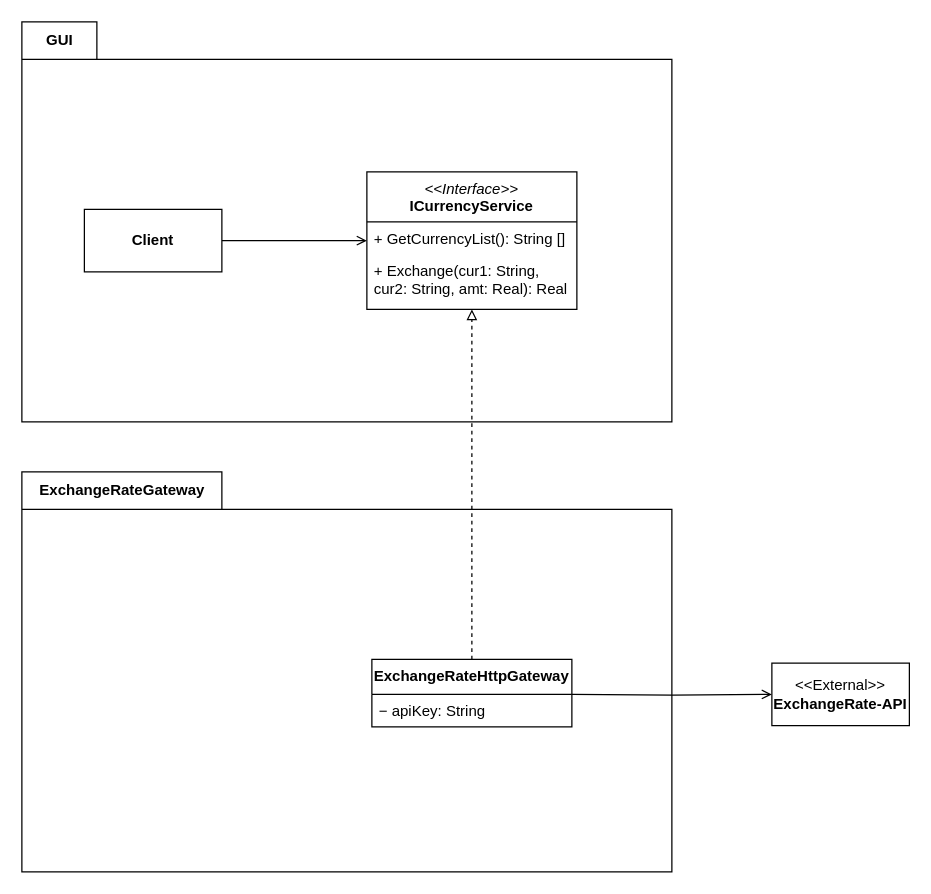
Before: Lab_4/Lab_4.drawio in 4lnULpGkuW/OOAD2, a draw.io diagram. Source tidied: cells renumbered, new cells numbered last; positions are measured from the earlier drawing's top-left corner, leaving out a move shared by most shapes. Both pictures are drawn from the tidied source at 125%, with x=0, y=0 at pixel (21, 21).
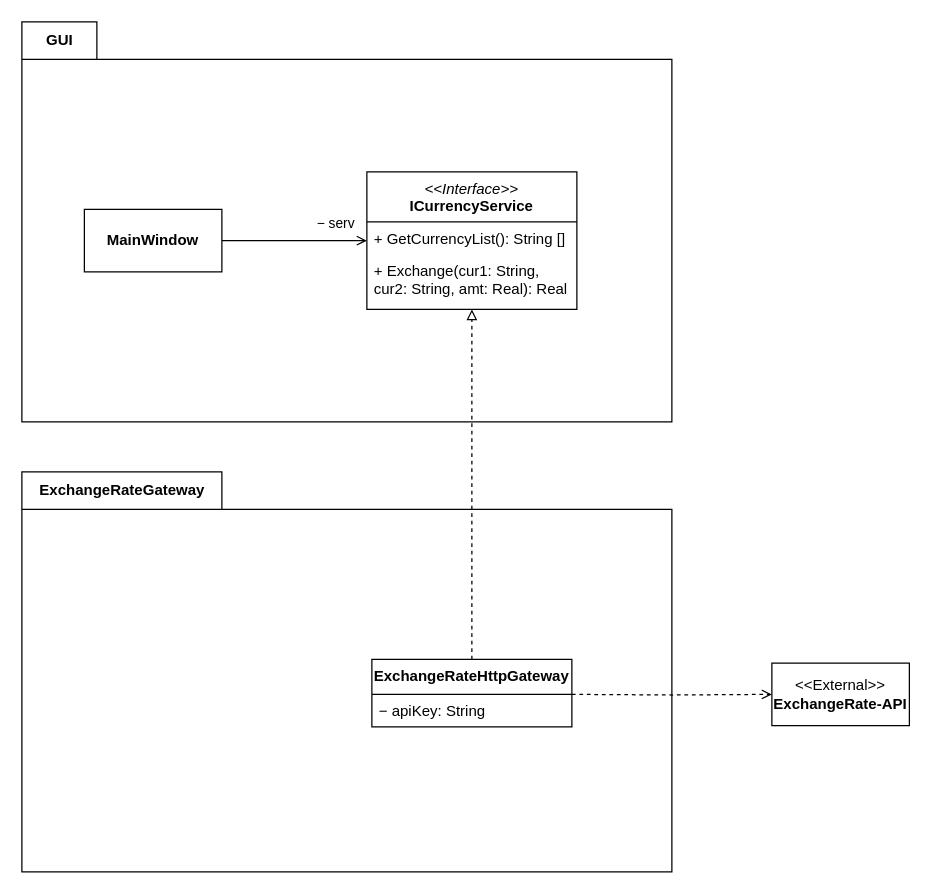
The same diagram, later.

Diff of the diagram source:
```diff
@@
 <mxGraphModel>
   <root>
     <mxCell id="0" />
     <mxCell id="1" parent="0" />
     <mxCell id="2" style="shape=folder;fontStyle=1;spacingTop=10;tabWidth=60;tabHeight=30;tabPosition=left;html=1;whiteSpace=wrap;" parent="1" vertex="1">
       <mxGeometry width="520" height="320" as="geometry" />
     </mxCell>
     <mxCell id="3" value="GUI" style="text;align=center;fontStyle=1;verticalAlign=middle;spacingLeft=3;spacingRight=3;strokeColor=none;html=1;" parent="1" vertex="1">
       <mxGeometry width="60" height="30" as="geometry" />
     </mxCell>
     <mxCell id="4" style="edgeStyle=orthogonalEdgeStyle;rounded=0;jettySize=auto;html=1;exitX=1;exitY=0.5;exitDx=0;exitDy=0;entryX=0;entryY=0.5;entryDx=0;entryDy=0;endArrow=open;endFill=0;" parent="1" edge="1" source="5" target="6">
       <mxGeometry relative="1" as="geometry" />
     </mxCell>
+    <mxCell id="16" value="− serv" style="edgeLabel;html=1;align=center;verticalAlign=middle;fontFamily=Helvetica;fontSize=11;fontColor=default;labelBackgroundColor=default;" parent="4" vertex="1">
+      <mxGeometry x="0.69" y="2" relative="1" as="geometry">
+        <mxPoint x="-8" y="-13" as="offset" />
+      </mxGeometry>
+    </mxCell>
-    <mxCell id="5" value="&lt;b&gt;Client&lt;/b&gt;" style="html=1;whiteSpace=wrap;" parent="1" vertex="1">
+    <mxCell id="5" value="&lt;b&gt;MainWindow&lt;/b&gt;" style="html=1;whiteSpace=wrap;" parent="1" vertex="1">
       <mxGeometry x="50" y="150" width="110" height="50" as="geometry" />
     </mxCell>
     <mxCell id="6" value="&lt;i style=&quot;font-weight: 400;&quot;&gt;&amp;lt;&amp;lt;Interface&amp;gt;&amp;gt;&lt;/i&gt;&lt;br&gt;ICurrencyService" style="swimlane;fontStyle=1;align=center;verticalAlign=top;horizontal=1;startSize=40;whiteSpace=wrap;html=1;" parent="1" vertex="1">
       <mxGeometry x="276" y="120" width="168" height="110" as="geometry" />
     </mxCell>
     <mxCell id="7" value="+ GetCurrencyList(): String []" style="text;strokeColor=none;fillColor=none;align=left;verticalAlign=top;spacingLeft=4;spacingRight=4;overflow=hidden;whiteSpace=wrap;html=1;" parent="6" vertex="1">
       <mxGeometry y="40" width="168" height="26" as="geometry" />
     </mxCell>
     <mxCell id="8" value="+ Exchange(cur1: String, cur2: String, amt: Real): Real" style="text;strokeColor=none;fillColor=none;align=left;verticalAlign=top;spacingLeft=4;spacingRight=4;overflow=hidden;points=[[0,0.5],[1,0.5]];portConstraint=eastwest;whiteSpace=wrap;html=1;" parent="6" vertex="1">
       <mxGeometry y="66" width="168" height="44" as="geometry" />
     </mxCell>
     <mxCell id="9" style="shape=folder;fontStyle=1;spacingTop=10;tabWidth=160;tabHeight=30;tabPosition=left;html=1;whiteSpace=wrap;" parent="1" vertex="1">
       <mxGeometry y="360" width="520" height="320" as="geometry" />
     </mxCell>
     <mxCell id="10" value="ExchangeRateGateway" style="text;align=center;fontStyle=1;verticalAlign=middle;spacingLeft=3;spacingRight=3;strokeColor=none;html=1;" parent="1" vertex="1">
       <mxGeometry y="360" width="160" height="30" as="geometry" />
     </mxCell>
-    <mxCell id="11" style="edgeStyle=orthogonalEdgeStyle;shape=connector;rounded=0;jettySize=auto;html=1;entryX=0;entryY=0.5;entryDx=0;entryDy=0;strokeColor=default;align=center;verticalAlign=middle;fontFamily=Helvetica;fontSize=11;fontColor=default;labelBackgroundColor=default;endArrow=open;endFill=0;" parent="1" edge="1" target="15">
+    <mxCell id="11" style="edgeStyle=orthogonalEdgeStyle;shape=connector;rounded=0;jettySize=auto;html=1;entryX=0;entryY=0.5;entryDx=0;entryDy=0;strokeColor=default;align=center;verticalAlign=middle;fontFamily=Helvetica;fontSize=11;fontColor=default;labelBackgroundColor=default;endArrow=open;endFill=0;dashed=1;" parent="1" edge="1" target="15">
       <mxGeometry relative="1" as="geometry">
         <mxPoint x="440" y="538" as="sourcePoint" />
       </mxGeometry>
     </mxCell>
     <mxCell id="12" value="ExchangeRateHttpGateway" style="swimlane;fontStyle=1;align=center;verticalAlign=top;horizontal=1;startSize=28;whiteSpace=wrap;html=1;" parent="1" vertex="1">
       <mxGeometry x="280" y="510" width="160" height="54" as="geometry" />
     </mxCell>
     <mxCell id="13" value="− apiKey: String" style="text;strokeColor=none;fillColor=none;align=left;verticalAlign=top;spacingLeft=4;spacingRight=4;overflow=hidden;whiteSpace=wrap;html=1;" parent="12" vertex="1">
       <mxGeometry y="28" width="160" height="26" as="geometry" />
     </mxCell>
     <mxCell id="14" style="edgeStyle=orthogonalEdgeStyle;shape=connector;rounded=0;jettySize=auto;html=1;strokeColor=default;align=center;verticalAlign=middle;fontFamily=Helvetica;fontSize=11;fontColor=default;labelBackgroundColor=default;endArrow=block;endFill=0;entryX=0.5;entryY=1;entryDx=0;entryDy=0;entryPerimeter=0;dashed=1;" parent="1" edge="1" source="12" target="8">
       <mxGeometry relative="1" as="geometry" />
     </mxCell>
     <mxCell id="15" value="&lt;div&gt;&lt;span style=&quot;font-size: 12px;&quot;&gt;&amp;lt;&amp;lt;External&amp;gt;&amp;gt;&lt;/span&gt;&lt;/div&gt;&lt;div&gt;&lt;span style=&quot;font-size: 12px;&quot;&gt;&lt;b&gt;ExchangeRate-API&lt;/b&gt;&lt;/span&gt;&lt;/div&gt;" style="html=1;whiteSpace=wrap;fontFamily=Helvetica;fontSize=11;fontColor=default;labelBackgroundColor=default;" parent="1" vertex="1">
       <mxGeometry x="600" y="513" width="110" height="50" as="geometry" />
     </mxCell>
   </root>
 </mxGraphModel>
```
